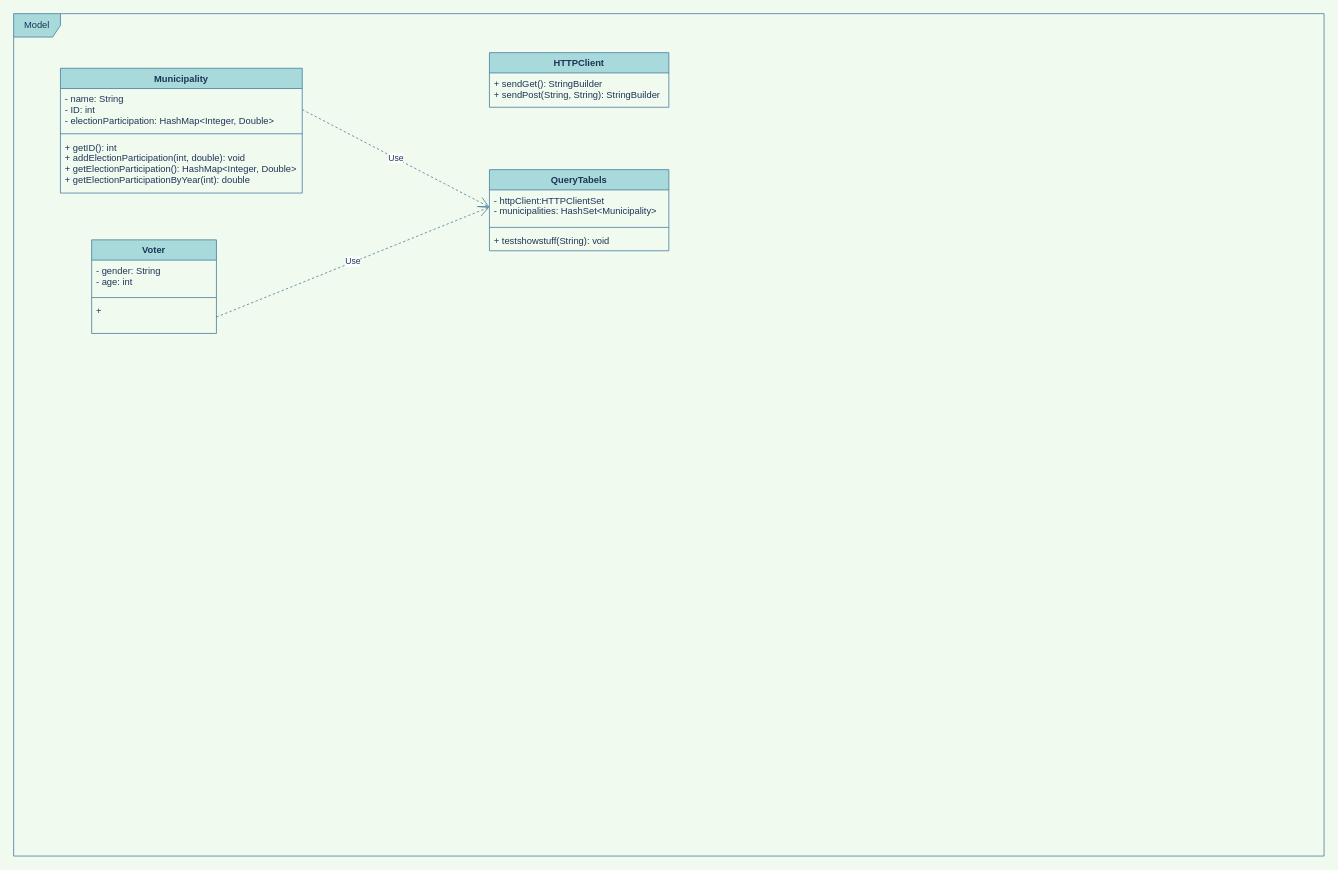
Before: page "UML" (1 of 2) of methodology/yavin documentation.drawio in lidvall/yavinDAT257, a draw.io diagram. Source tidied: cells renumbered, new cells numbered last; positions are measured from the earlier drawing's top-left corner, leaving out a move shared by most shapes. Both pictures are drawn from the tidied source at 78%, with x=0, y=0 at pixel (13, 13).
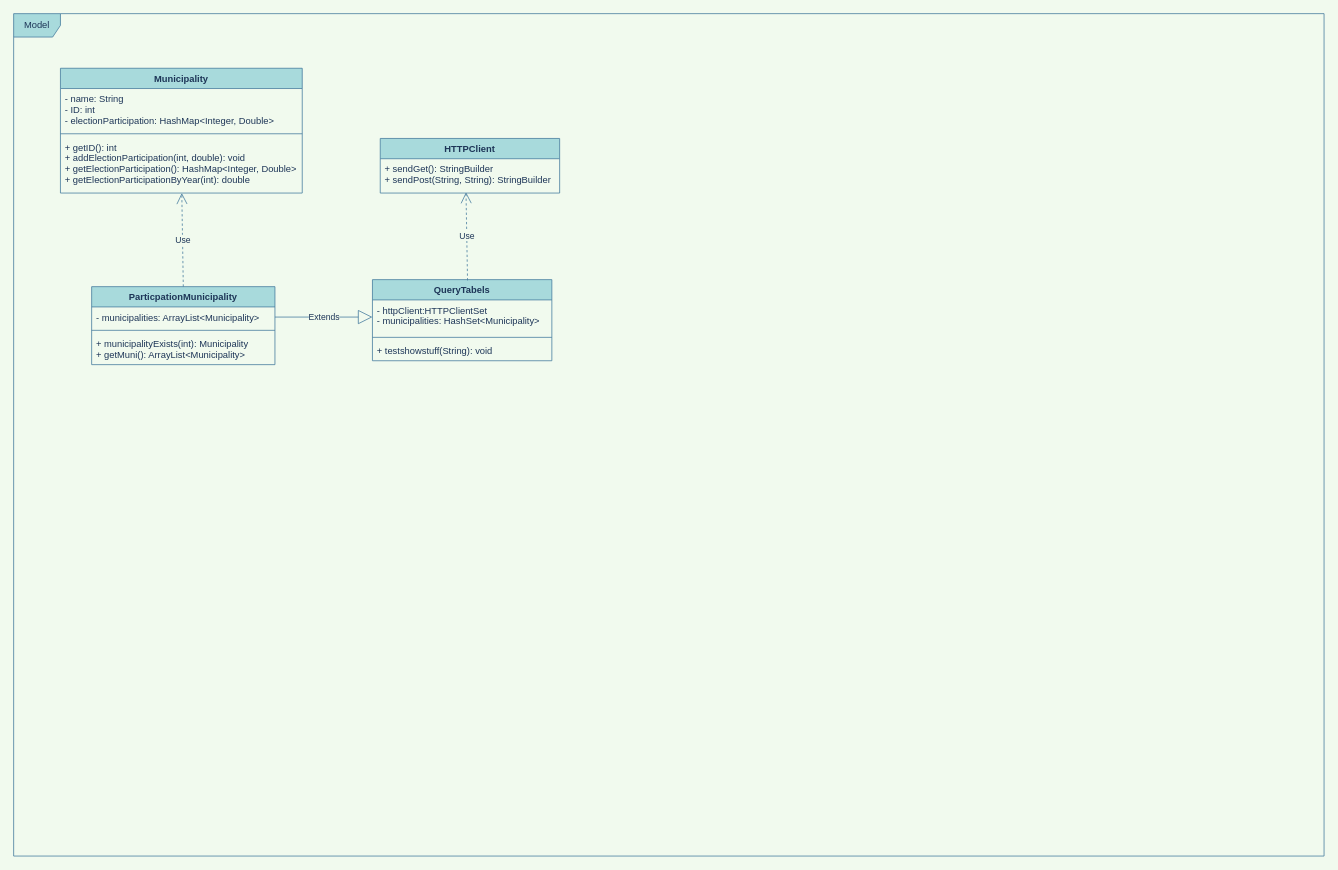
The same page after the edit.

What changed in the source:
```diff
@@
 <mxGraphModel background="#F1FAEE">
   <root>
     <mxCell id="0" />
     <mxCell id="1" parent="0" />
     <mxCell id="2" value="Model" style="shape=umlFrame;whiteSpace=wrap;html=1;strokeColor=#457B9D;fontColor=#1D3557;fillColor=#A8DADC;" parent="1" vertex="1">
       <mxGeometry width="1680" height="1080" as="geometry" />
     </mxCell>
     <mxCell id="3" value="Municipality" style="swimlane;fontStyle=1;align=center;verticalAlign=top;horizontal=1;startSize=26;fillColor=#A8DADC;strokeColor=#457B9D;fontColor=#1D3557;" parent="1" vertex="1">
       <mxGeometry x="60" y="70" width="310" height="160" as="geometry" />
     </mxCell>
     <mxCell id="4" value="- name: String&#10;- ID: int&#10;- electionParticipation: HashMap&lt;Integer, Double&gt;&#10;" style="text;strokeColor=none;fillColor=none;align=left;verticalAlign=top;spacingLeft=4;spacingRight=4;overflow=hidden;points=[[0,0.5],[1,0.5]];portConstraint=eastwest;fontColor=#1D3557;" parent="3" vertex="1">
       <mxGeometry y="26" width="310" height="54" as="geometry" />
     </mxCell>
-    <mxCell id="5" style="line;strokeWidth=1;fillColor=none;align=left;verticalAlign=middle;spacingTop=-1;spacingLeft=3;spacingRight=3;labelPosition=right;strokeColor=#457B9D;labelBackgroundColor=#F1FAEE;fontColor=#1D3557;" parent="3" vertex="1">
+    <mxCell id="5" style="line;strokeWidth=1;fillColor=none;align=left;verticalAlign=middle;spacingTop=-1;spacingLeft=3;spacingRight=3;labelPosition=right;strokeColor=#457B9D;fontColor=#1D3557;labelBackgroundColor=#F1FAEE;" parent="3" vertex="1">
       <mxGeometry y="80" width="310" height="8" as="geometry" />
     </mxCell>
     <mxCell id="6" value="+ getID(): int&#10;+ addElectionParticipation(int, double): void&#10;+ getElectionParticipation(): HashMap&lt;Integer, Double&gt;&#10;+ getElectionParticipationByYear(int): double" style="text;strokeColor=none;fillColor=none;align=left;verticalAlign=top;spacingLeft=4;spacingRight=4;overflow=hidden;points=[[0,0.5],[1,0.5]];portConstraint=eastwest;fontColor=#1D3557;" parent="3" vertex="1">
       <mxGeometry y="88" width="310" height="72" as="geometry" />
     </mxCell>
     <mxCell id="7" value="HTTPClient" style="swimlane;fontStyle=1;align=center;verticalAlign=top;horizontal=1;startSize=26;strokeColor=#457B9D;fontColor=#1D3557;fillColor=#A8DADC;" parent="1" vertex="1">
-      <mxGeometry x="610" y="50" width="230" height="70" as="geometry" />
+      <mxGeometry x="470" y="160" width="230" height="70" as="geometry" />
     </mxCell>
     <mxCell id="8" value="+ sendGet(): StringBuilder&#10;+ sendPost(String, String): StringBuilder&#10;" style="text;strokeColor=none;fillColor=none;align=left;verticalAlign=top;spacingLeft=4;spacingRight=4;overflow=hidden;points=[[0,0.5],[1,0.5]];portConstraint=eastwest;fontColor=#1D3557;" parent="7" vertex="1">
       <mxGeometry y="26" width="230" height="44" as="geometry" />
     </mxCell>
     <mxCell id="9" value="QueryTabels" style="swimlane;fontStyle=1;align=center;verticalAlign=top;horizontal=1;startSize=26;strokeColor=#457B9D;fontColor=#1D3557;fillColor=#A8DADC;" parent="1" vertex="1">
-      <mxGeometry x="610" y="200" width="230" height="104" as="geometry" />
+      <mxGeometry x="460" y="341" width="230" height="104" as="geometry" />
     </mxCell>
     <mxCell id="10" value="- httpClient:HTTPClientSet&#10;- municipalities: HashSet&lt;Municipality&gt;&#10;" style="text;strokeColor=none;fillColor=none;align=left;verticalAlign=top;spacingLeft=4;spacingRight=4;overflow=hidden;points=[[0,0.5],[1,0.5]];portConstraint=eastwest;fontColor=#1D3557;" parent="9" vertex="1">
       <mxGeometry y="26" width="230" height="44" as="geometry" />
     </mxCell>
     <mxCell id="11" style="line;strokeWidth=1;fillColor=none;align=left;verticalAlign=middle;spacingTop=-1;spacingLeft=3;spacingRight=3;labelPosition=right;strokeColor=#457B9D;fontColor=#1D3557;labelBackgroundColor=#F1FAEE;" parent="9" vertex="1">
       <mxGeometry y="70" width="230" height="8" as="geometry" />
     </mxCell>
     <mxCell id="12" value="+ testshowstuff(String): void" style="text;strokeColor=none;fillColor=none;align=left;verticalAlign=top;spacingLeft=4;spacingRight=4;overflow=hidden;fontColor=#1D3557;" parent="9" vertex="1">
       <mxGeometry y="78" width="230" height="26" as="geometry" />
     </mxCell>
-    <mxCell id="13" value="Voter" style="swimlane;fontStyle=1;align=center;verticalAlign=top;horizontal=1;startSize=26;strokeColor=#457B9D;fontColor=#1D3557;fillColor=#A8DADC;" parent="1" vertex="1">
-      <mxGeometry x="100" y="290" width="160" height="120" as="geometry" />
-    </mxCell>
-    <mxCell id="14" value="- gender: String&#10;- age: int&#10;" style="text;strokeColor=none;fillColor=none;align=left;verticalAlign=top;spacingLeft=4;spacingRight=4;overflow=hidden;fontColor=#1D3557;" parent="13" vertex="1">
-      <mxGeometry y="26" width="160" height="44" as="geometry" />
-    </mxCell>
-    <mxCell id="15" style="line;strokeWidth=1;fillColor=none;align=left;verticalAlign=middle;spacingTop=-1;spacingLeft=3;spacingRight=3;labelPosition=right;strokeColor=#457B9D;fontColor=#1D3557;labelBackgroundColor=#F1FAEE;" parent="13" vertex="1">
-      <mxGeometry y="70" width="160" height="8" as="geometry" />
-    </mxCell>
-    <mxCell id="16" value="+ " style="text;strokeColor=none;fillColor=none;align=left;verticalAlign=top;spacingLeft=4;spacingRight=4;overflow=hidden;points=[[0,0.5],[1,0.5]];portConstraint=eastwest;fontColor=#1D3557;" parent="13" vertex="1">
-      <mxGeometry y="78" width="160" height="42" as="geometry" />
-    </mxCell>
-    <mxCell id="17" value="Use" style="endArrow=open;endSize=12;dashed=1;html=1;rounded=0;strokeColor=#457B9D;fontColor=#1D3557;fillColor=#A8DADC;exitX=1;exitY=0.5;exitDx=0;exitDy=0;entryX=0;entryY=0.5;entryDx=0;entryDy=0;" parent="1" edge="1" source="16" target="10">
-      <mxGeometry relative="1" as="geometry" />
-    </mxCell>
-    <mxCell id="18" value="Use" style="endArrow=open;endSize=12;dashed=1;html=1;rounded=0;strokeColor=#457B9D;fontColor=#1D3557;fillColor=#A8DADC;exitX=1;exitY=0.5;exitDx=0;exitDy=0;entryX=0;entryY=0.5;entryDx=0;entryDy=0;" parent="1" edge="1" source="4" target="10">
-      <mxGeometry relative="1" as="geometry" />
-    </mxCell>
+    <mxCell id="19" value="Extends" style="endArrow=block;endSize=16;endFill=0;html=1;rounded=0;strokeColor=#457B9D;fontColor=#1D3557;entryX=0;entryY=0.5;entryDx=0;entryDy=0;exitX=1;exitY=0.5;exitDx=0;exitDy=0;labelBackgroundColor=#F1FAEE;" parent="1" edge="1" source="21" target="10">
+      <mxGeometry relative="1" as="geometry" />
+    </mxCell>
+    <mxCell id="20" value="ParticpationMunicipality" style="swimlane;fontStyle=1;align=center;verticalAlign=top;horizontal=1;startSize=26;fillColor=#A8DADC;strokeColor=#457B9D;fontColor=#1D3557;" parent="1" vertex="1">
+      <mxGeometry x="100" y="350" width="235" height="100" as="geometry" />
+    </mxCell>
+    <mxCell id="21" value="- municipalities: ArrayList&lt;Municipality&gt;" style="text;strokeColor=none;fillColor=none;align=left;verticalAlign=top;spacingLeft=4;spacingRight=4;overflow=hidden;points=[[0,0.5],[1,0.5]];portConstraint=eastwest;fontColor=#1D3557;" parent="20" vertex="1">
+      <mxGeometry y="26" width="235" height="26" as="geometry" />
+    </mxCell>
+    <mxCell id="22" style="line;strokeWidth=1;fillColor=none;align=left;verticalAlign=middle;spacingTop=-1;spacingLeft=3;spacingRight=3;labelPosition=right;strokeColor=#457B9D;fontColor=#1D3557;labelBackgroundColor=#F1FAEE;" parent="20" vertex="1">
+      <mxGeometry y="52" width="235" height="8" as="geometry" />
+    </mxCell>
+    <mxCell id="23" value="+ municipalityExists(int): Municipality&#10;+ getMuni(): ArrayList&lt;Municipality&gt;" style="text;strokeColor=none;fillColor=none;align=left;verticalAlign=top;spacingLeft=4;spacingRight=4;overflow=hidden;fontColor=#1D3557;" parent="20" vertex="1">
+      <mxGeometry y="60" width="235" height="40" as="geometry" />
+    </mxCell>
+    <mxCell id="24" value="Use" style="endArrow=open;endSize=12;dashed=1;html=1;rounded=1;sketch=0;fontColor=#1D3557;strokeColor=#457B9D;fillColor=#A8DADC;curved=0;exitX=0.5;exitY=0;exitDx=0;exitDy=0;labelBackgroundColor=#F1FAEE;" parent="1" edge="1" source="20" target="6">
+      <mxGeometry relative="1" as="geometry" />
+    </mxCell>
+    <mxCell id="25" value="Use" style="endArrow=open;endSize=12;dashed=1;html=1;rounded=1;sketch=0;fontColor=#1D3557;strokeColor=#457B9D;fillColor=#A8DADC;curved=0;entryX=0.478;entryY=0.977;entryDx=0;entryDy=0;entryPerimeter=0;exitX=0.53;exitY=0.01;exitDx=0;exitDy=0;exitPerimeter=0;labelBackgroundColor=#F1FAEE;" parent="1" edge="1" source="9" target="8">
+      <mxGeometry relative="1" as="geometry" />
+    </mxCell>
   </root>
 </mxGraphModel>
```
